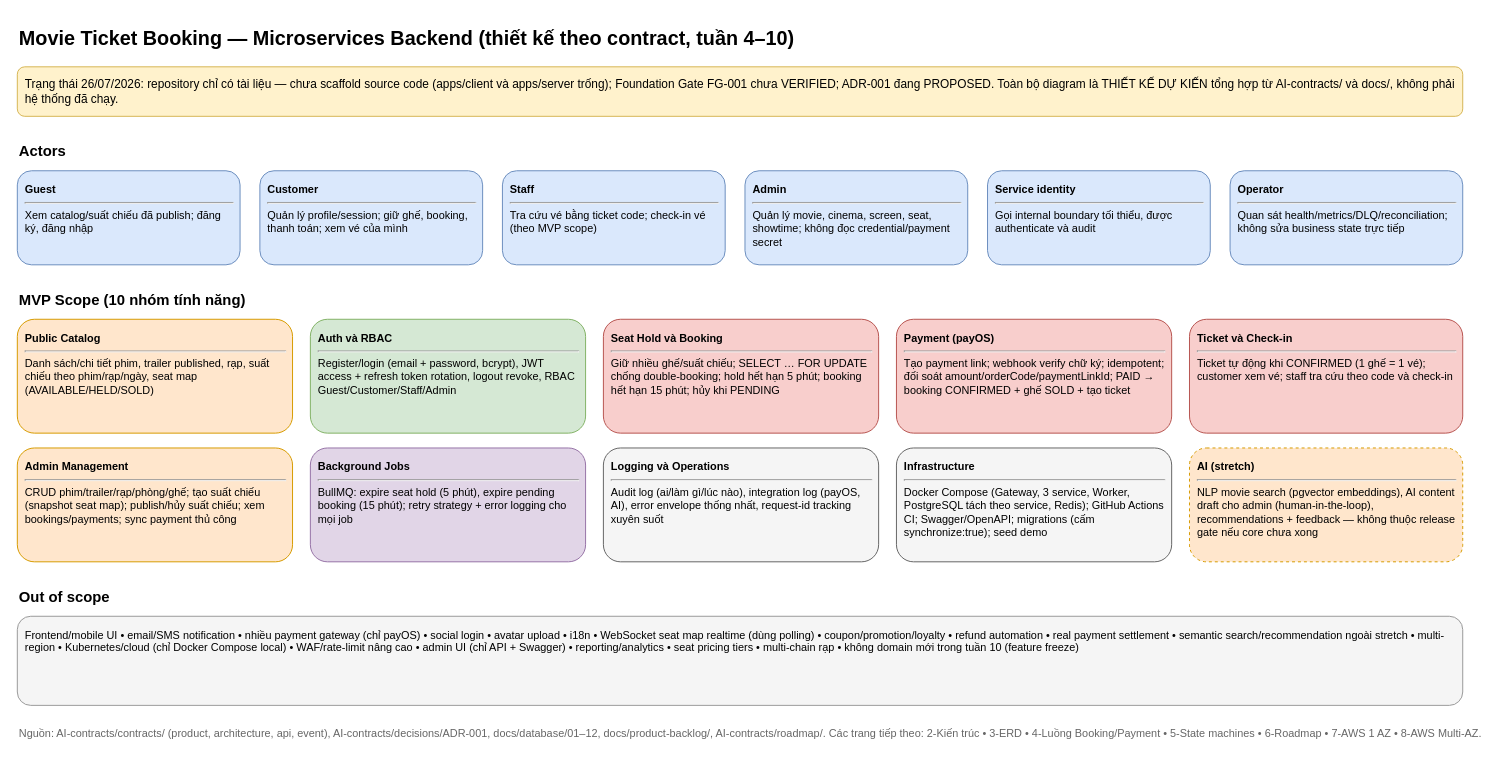
Earlier version of the draw.io diagram page "1. Tổng quan và Actors" (1 of 8) of docs/diagrams/movie-ticket-booking.drawio (vanphutin/movie-ticket-booking-app). Source tidied: cells renumbered, new cells numbered last; positions are measured from the earlier drawing's top-left corner, leaving out a move shared by most shapes. Both pictures are drawn from the tidied source at 99%, with x=0, y=0 at pixel (17, 17).
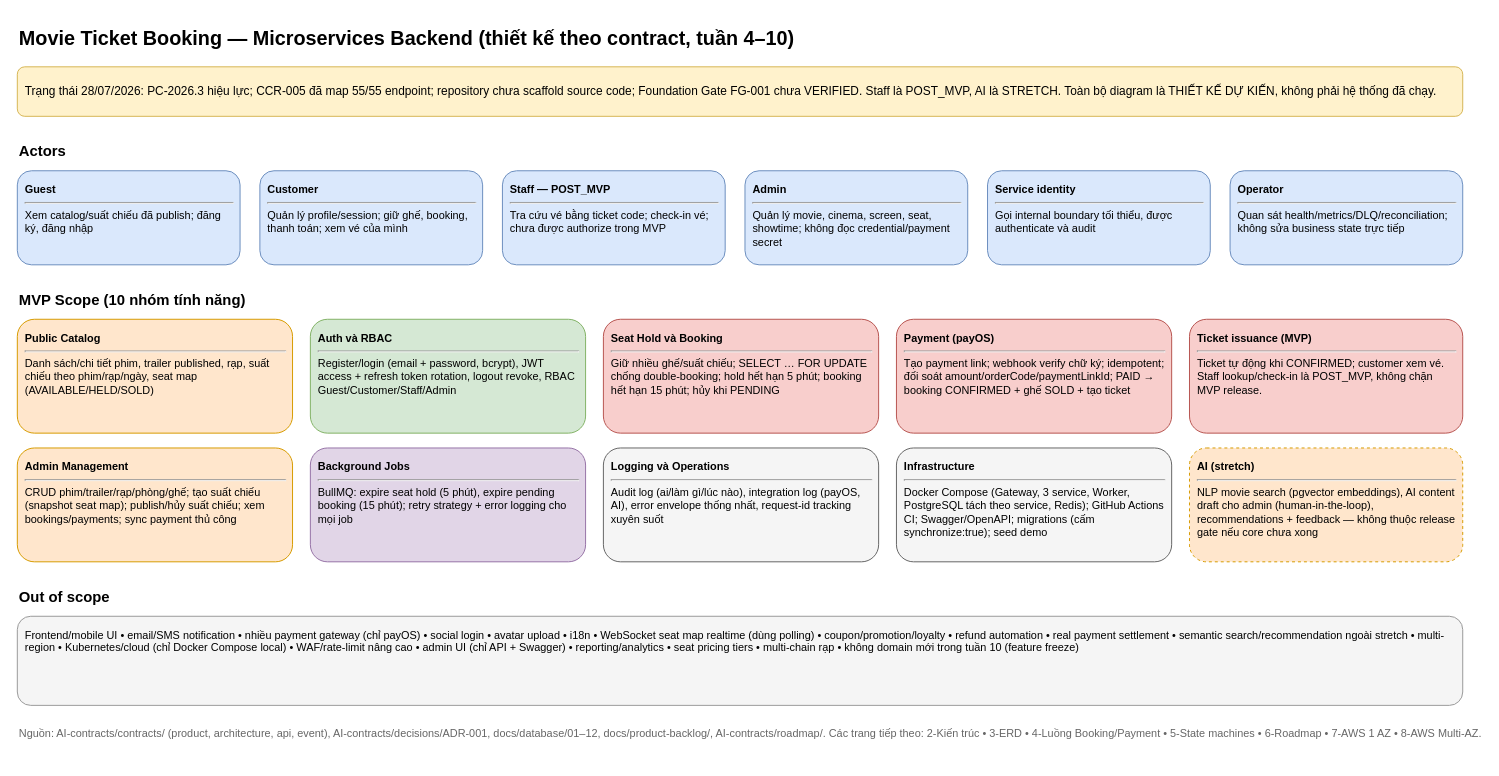
The same page after the edit.

Change to the diagram source:
```diff
@@
-    <mxCell id="3" value="Trạng thái 26/07/2026: repository chỉ có tài liệu — chưa scaffold source code (apps/client và apps/server trống); Foundation Gate FG-001 chưa VERIFIED; ADR-001 đang PROPOSED. Toàn bộ diagram là THIẾT KẾ DỰ KIẾN tổng hợp từ AI-contracts/ và docs/, không phải hệ thống đã chạy." style="rounded=1;whiteSpace=wrap;html=1;align=left;spacing=8;fillColor=#fff2cc;strokeColor=#d6b656;fontSize=12;" parent="1" vertex="1">
+    <mxCell id="3" value="Trạng thái 28/07/2026: PC-2026.3 hiệu lực; CCR-005 đã map 55/55 endpoint; repository chưa scaffold source code; Foundation Gate FG-001 chưa VERIFIED. Staff là POST_MVP, AI là STRETCH. Toàn bộ diagram là THIẾT KẾ DỰ KIẾN, không phải hệ thống đã chạy." style="rounded=1;whiteSpace=wrap;html=1;align=left;spacing=8;fillColor=#fff2cc;strokeColor=#d6b656;fontSize=12;" parent="1" vertex="1">
       <mxGeometry y="50" width="1460" height="50" as="geometry" />
     </mxCell>
@@
-    <mxCell id="7" value="&lt;b&gt;Staff&lt;/b&gt;&lt;hr&gt;Tra cứu vé bằng ticket code; check-in vé (theo MVP scope)" style="rounded=1;whiteSpace=wrap;html=1;align=left;verticalAlign=top;spacing=8;fillColor=#dae8fc;strokeColor=#6c8ebf;fontSize=11;" parent="1" vertex="1">
+    <mxCell id="7" value="&lt;b&gt;Staff — POST_MVP&lt;/b&gt;&lt;hr&gt;Tra cứu vé bằng ticket code; check-in vé; chưa được authorize trong MVP" style="rounded=1;whiteSpace=wrap;html=1;align=left;verticalAlign=top;spacing=8;fillColor=#dae8fc;strokeColor=#6c8ebf;fontSize=11;" parent="1" vertex="1">
       <mxGeometry x="490" y="155" width="225" height="95" as="geometry" />
     </mxCell>
@@
-    <mxCell id="16" value="&lt;b&gt;Ticket và Check-in&lt;/b&gt;&lt;hr&gt;Ticket tự động khi CONFIRMED (1 ghế = 1 vé); customer xem vé; staff tra cứu theo code và check-in" style="rounded=1;whiteSpace=wrap;html=1;align=left;verticalAlign=top;spacing=8;fillColor=#f8cecc;strokeColor=#b85450;fontSize=11;" parent="1" vertex="1">
+    <mxCell id="16" value="&lt;b&gt;Ticket issuance (MVP)&lt;/b&gt;&lt;hr&gt;Ticket tự động khi CONFIRMED; customer xem vé. Staff lookup/check-in là POST_MVP, không chặn MVP release." style="rounded=1;whiteSpace=wrap;html=1;align=left;verticalAlign=top;spacing=8;fillColor=#f8cecc;strokeColor=#b85450;fontSize=11;" parent="1" vertex="1">
       <mxGeometry x="1184" y="305" width="276" height="115" as="geometry" />
     </mxCell>
```
